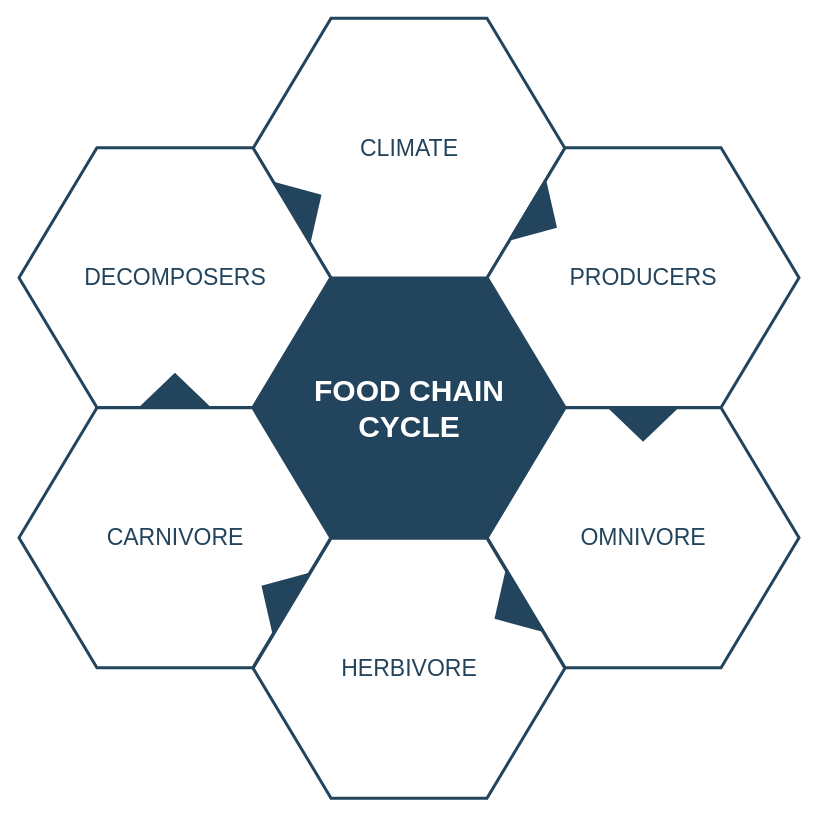
miaow27/miaow27 keeps this draw.io diagram as cobra.drawio. Above is the earlier version. Source tidied: cells renumbered, new cells numbered last; positions are measured from the earlier drawing's top-left corner, leaving out a move shared by most shapes. Both pictures are drawn from the tidied source at 100%, with x=0, y=0 at pixel (18, 18).
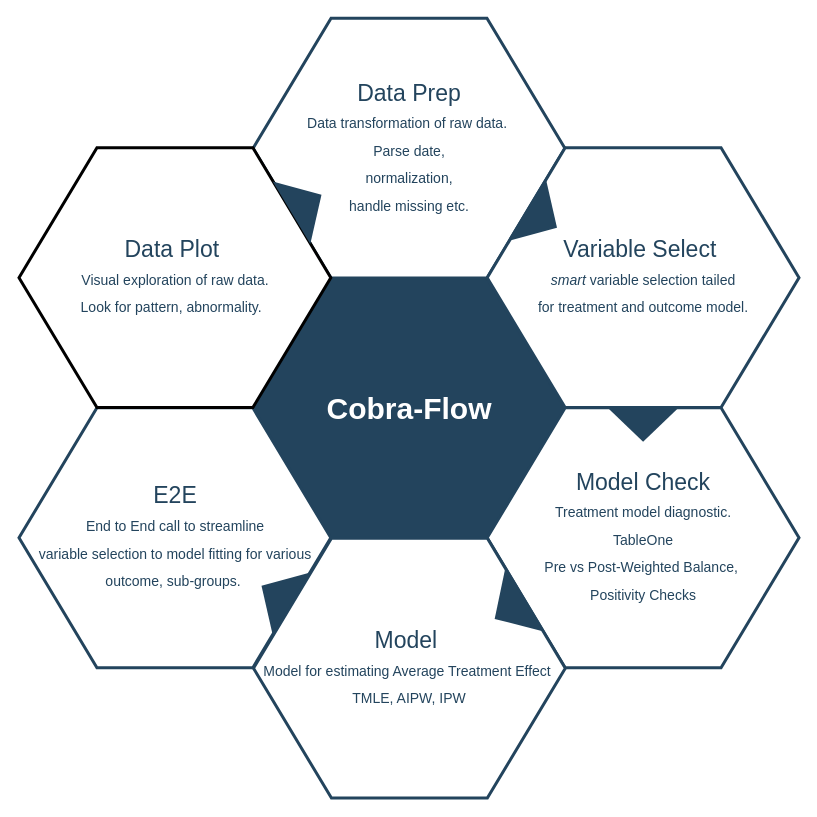
The same diagram, later.

Diff of the diagram source:
```diff
@@
 <mxGraphModel>
   <root>
     <mxCell id="0" />
     <mxCell id="1" parent="0" />
-    <mxCell id="2" value="&lt;font style=&quot;font-size: 30px&quot; color=&quot;#ffffff&quot;&gt;&lt;b&gt;&lt;span&gt;FOOD CHAIN&lt;/span&gt;&lt;br&gt;&lt;span&gt;CYCLE&lt;/span&gt;&lt;/b&gt;&lt;/font&gt;&lt;br&gt;" style="shape=hexagon;perimeter=hexagonPerimeter2;whiteSpace=wrap;html=1;shadow=0;labelBackgroundColor=none;strokeColor=#23445D;fillColor=#23445D;gradientColor=none;fontFamily=Helvetica;fontSize=23;fontColor=#23445d;align=center;strokeWidth=3;" parent="1" vertex="1">
+    <mxCell id="2" value="&lt;font color=&quot;#ffffff&quot;&gt;&lt;span style=&quot;font-size: 30px;&quot;&gt;&lt;b&gt;Cobra-Flow&lt;/b&gt;&lt;/span&gt;&lt;/font&gt;" style="shape=hexagon;perimeter=hexagonPerimeter2;whiteSpace=wrap;html=1;shadow=0;labelBackgroundColor=none;strokeColor=#23445D;fillColor=#23445D;gradientColor=none;fontFamily=Helvetica;fontSize=23;fontColor=#23445d;align=center;strokeWidth=3;" parent="1" vertex="1">
       <mxGeometry x="234.6" y="259.8" width="311.8" height="259.9" as="geometry" />
     </mxCell>
     <mxCell id="3" style="triangle;whiteSpace=wrap;html=1;shadow=0;labelBackgroundColor=none;strokeColor=none;fillColor=#FFFFFF;fontFamily=Helvetica;fontSize=17;fontColor=#23445d;align=center;rotation=90;gradientColor=none;flipV=1;flipH=1;opacity=20;" parent="1" vertex="1">
       <mxGeometry x="115.5" y="277.7" width="72" height="152" as="geometry" />
     </mxCell>
-    <mxCell id="4" value="&lt;font style=&quot;font-size: 23px&quot;&gt;CLIMATE&lt;/font&gt;" style="shape=hexagon;perimeter=hexagonPerimeter2;whiteSpace=wrap;html=1;shadow=0;labelBackgroundColor=none;strokeColor=#23445D;fillColor=#ffffff;gradientColor=none;fontFamily=Helvetica;fontSize=23;fontColor=#23445D;align=center;strokeWidth=3;" parent="1" vertex="1">
+    <mxCell id="4" value="Data Prep&lt;br&gt;&lt;font style=&quot;font-size: 14px;&quot;&gt;Data transformation of raw data.&amp;nbsp;&lt;br&gt;Parse date, &lt;br&gt;normalization, &lt;br&gt;handle missing etc.&lt;/font&gt;" style="shape=hexagon;perimeter=hexagonPerimeter2;whiteSpace=wrap;html=1;shadow=0;labelBackgroundColor=none;strokeColor=#23445D;fillColor=#ffffff;gradientColor=none;fontFamily=Helvetica;fontSize=23;fontColor=#23445D;align=center;strokeWidth=3;" parent="1" vertex="1">
       <mxGeometry x="234.6" y="-0.3" width="311.8" height="259.9" as="geometry" />
     </mxCell>
-    <mxCell id="5" value="&lt;font style=&quot;font-size: 23px&quot;&gt;PRODUCERS&lt;/font&gt;" style="shape=hexagon;perimeter=hexagonPerimeter2;whiteSpace=wrap;html=1;shadow=0;labelBackgroundColor=none;strokeColor=#23445D;fillColor=#FFFFFF;gradientColor=none;fontFamily=Helvetica;fontSize=23;fontColor=#23445d;align=center;strokeWidth=3;" parent="1" vertex="1">
+    <mxCell id="5" value="&lt;font style=&quot;&quot;&gt;Variable Select&amp;nbsp;&lt;br&gt;&lt;/font&gt;&lt;span style=&quot;font-size: 14px;&quot;&gt;&lt;i&gt;smart &lt;/i&gt;variable selection tailed &lt;br&gt;for treatment and outcome model.&lt;/span&gt;" style="shape=hexagon;perimeter=hexagonPerimeter2;whiteSpace=wrap;html=1;shadow=0;labelBackgroundColor=none;strokeColor=#23445D;fillColor=#FFFFFF;gradientColor=none;fontFamily=Helvetica;fontSize=23;fontColor=#23445d;align=center;strokeWidth=3;" parent="1" vertex="1">
       <mxGeometry x="468.7" y="129.2" width="311.8" height="259.9" as="geometry" />
     </mxCell>
-    <mxCell id="6" value="&lt;font style=&quot;font-size: 23px&quot;&gt;OMNIVORE&lt;/font&gt;" style="shape=hexagon;perimeter=hexagonPerimeter2;whiteSpace=wrap;html=1;shadow=0;labelBackgroundColor=none;strokeColor=#23445D;fillColor=#FFFFFF;gradientColor=none;fontFamily=Helvetica;fontSize=23;fontColor=#23445d;align=center;strokeWidth=3;" parent="1" vertex="1">
+    <mxCell id="6" value="Model Check&lt;br&gt;&lt;span style=&quot;font-size: 14px;&quot;&gt;Treatment model diagnostic.&lt;br&gt;TableOne&lt;br&gt;Pre vs Post-Weighted Balance,&amp;nbsp;&lt;br&gt;Positivity Checks&lt;br&gt;&lt;/span&gt;" style="shape=hexagon;perimeter=hexagonPerimeter2;whiteSpace=wrap;html=1;shadow=0;labelBackgroundColor=none;strokeColor=#23445D;fillColor=#FFFFFF;gradientColor=none;fontFamily=Helvetica;fontSize=23;fontColor=#23445d;align=center;strokeWidth=3;" parent="1" vertex="1">
       <mxGeometry x="468.7" y="389.3" width="311.8" height="259.9" as="geometry" />
     </mxCell>
-    <mxCell id="7" value="&lt;font style=&quot;font-size: 23px&quot;&gt;HERBIVORE&lt;/font&gt;" style="shape=hexagon;perimeter=hexagonPerimeter2;whiteSpace=wrap;html=1;shadow=0;labelBackgroundColor=none;strokeColor=#23445D;fillColor=#FFFFFF;gradientColor=none;fontFamily=Helvetica;fontSize=23;fontColor=#23445d;align=center;strokeWidth=3;" parent="1" vertex="1">
-      <mxGeometry x="234.6" y="519.8" width="311.8" height="259.9" as="geometry" />
-    </mxCell>
-    <mxCell id="8" value="&lt;font style=&quot;font-size: 23px&quot;&gt;CARNIVORE&lt;/font&gt;" style="shape=hexagon;perimeter=hexagonPerimeter2;whiteSpace=wrap;html=1;shadow=0;labelBackgroundColor=none;strokeColor=#23445D;fillColor=#FFFFFF;gradientColor=none;fontFamily=Helvetica;fontSize=23;fontColor=#23445d;align=center;strokeWidth=3;" parent="1" vertex="1">
+    <mxCell id="8" value="&lt;font style=&quot;&quot;&gt;E2E&lt;br&gt;&lt;span style=&quot;font-size: 14px;&quot;&gt;End to End call to streamline &lt;br&gt;variable selection to model fitting for various outcome, sub-groups.&amp;nbsp;&lt;/span&gt;&lt;br&gt;&lt;/font&gt;" style="shape=hexagon;perimeter=hexagonPerimeter2;whiteSpace=wrap;html=1;shadow=0;labelBackgroundColor=none;strokeColor=#23445D;fillColor=#FFFFFF;gradientColor=none;fontFamily=Helvetica;fontSize=23;fontColor=#23445d;align=center;strokeWidth=3;" parent="1" vertex="1">
       <mxGeometry x="0.5" y="389.3" width="311.8" height="259.9" as="geometry" />
     </mxCell>
-    <mxCell id="9" value="&lt;font style=&quot;font-size: 23px;&quot;&gt;DECOMPOSERS&lt;/font&gt;" style="shape=hexagon;perimeter=hexagonPerimeter2;whiteSpace=wrap;html=1;shadow=0;labelBackgroundColor=none;strokeColor=#23445D;fillColor=#ffffff;gradientColor=none;fontFamily=Helvetica;fontSize=23;fontColor=#23445D;align=center;strokeWidth=3;" parent="1" vertex="1">
+    <mxCell id="9" value="&lt;font style=&quot;&quot;&gt;&lt;font color=&quot;#23445d&quot;&gt;Data Plot&amp;nbsp;&lt;br&gt;&lt;font style=&quot;font-size: 14px;&quot;&gt;Visual exploration of raw data. &lt;br&gt;Look for pattern, abnormality.&amp;nbsp;&amp;nbsp;&lt;/font&gt;&lt;/font&gt;&lt;br&gt;&lt;/font&gt;" style="shape=hexagon;perimeter=hexagonPerimeter2;whiteSpace=wrap;html=1;shadow=0;labelBackgroundColor=none;fontFamily=Helvetica;fontSize=23;align=center;strokeWidth=3;" parent="1" vertex="1">
       <mxGeometry x="0.5" y="129.2" width="311.8" height="259.9" as="geometry" />
     </mxCell>
     <mxCell id="10" style="triangle;whiteSpace=wrap;html=1;shadow=0;labelBackgroundColor=none;strokeColor=none;fillColor=#23445D;fontFamily=Helvetica;fontSize=17;fontColor=#23445d;align=center;rotation=31;gradientColor=none;strokeWidth=3;" parent="1" vertex="1">
       <mxGeometry x="506" y="163.7" width="35" height="73" as="geometry" />
     </mxCell>
     <mxCell id="11" style="triangle;whiteSpace=wrap;html=1;shadow=0;labelBackgroundColor=none;strokeColor=none;fillColor=#23445D;fontFamily=Helvetica;fontSize=17;fontColor=#23445d;align=center;rotation=31;gradientColor=none;flipH=1;strokeWidth=3;" parent="1" vertex="1">
       <mxGeometry x="240.5" y="539.7" width="35" height="73" as="geometry" />
     </mxCell>
     <mxCell id="12" style="triangle;whiteSpace=wrap;html=1;shadow=0;labelBackgroundColor=none;strokeColor=none;fillColor=#23445D;fontFamily=Helvetica;fontSize=17;fontColor=#23445d;align=center;rotation=329;gradientColor=none;strokeWidth=3;" parent="1" vertex="1">
       <mxGeometry x="270.5" y="148.7" width="35" height="73" as="geometry" />
     </mxCell>
     <mxCell id="13" style="triangle;whiteSpace=wrap;html=1;shadow=0;labelBackgroundColor=none;strokeColor=none;fillColor=#23445D;fontFamily=Helvetica;fontSize=17;fontColor=#23445d;align=center;rotation=329;gradientColor=none;flipH=1;strokeWidth=3;" parent="1" vertex="1">
       <mxGeometry x="473.5" y="554.7" width="35" height="73" as="geometry" />
     </mxCell>
     <mxCell id="14" style="triangle;whiteSpace=wrap;html=1;shadow=0;labelBackgroundColor=none;strokeColor=none;fillColor=#23445D;fontFamily=Helvetica;fontSize=17;fontColor=#23445d;align=center;rotation=90;gradientColor=none;strokeWidth=3;" parent="1" vertex="1">
       <mxGeometry x="607.1" y="369.2" width="35" height="73" as="geometry" />
     </mxCell>
-    <mxCell id="15" style="triangle;whiteSpace=wrap;html=1;shadow=0;labelBackgroundColor=none;strokeColor=none;fillColor=#23445D;fontFamily=Helvetica;fontSize=17;fontColor=#23445d;align=center;rotation=90;gradientColor=none;flipH=1;strokeWidth=3;" parent="1" vertex="1">
-      <mxGeometry x="138.9" y="335.2" width="35" height="73" as="geometry" />
-    </mxCell>
+    <mxCell id="16" value="Model&amp;nbsp;&lt;br&gt;&lt;span style=&quot;font-size: 14px;&quot;&gt;Model for estimating Average Treatment Effect&amp;nbsp;&lt;br&gt;TMLE, AIPW, IPW&lt;br&gt;&lt;/span&gt;" style="shape=hexagon;perimeter=hexagonPerimeter2;whiteSpace=wrap;html=1;shadow=0;labelBackgroundColor=none;strokeColor=#23445D;fillColor=#FFFFFF;gradientColor=none;fontFamily=Helvetica;fontSize=23;fontColor=#23445d;align=center;strokeWidth=3;" parent="1" vertex="1">
+      <mxGeometry x="235" y="519.7" width="311.8" height="259.9" as="geometry" />
+    </mxCell>
+    <mxCell id="17" style="triangle;whiteSpace=wrap;html=1;shadow=0;labelBackgroundColor=none;strokeColor=none;fillColor=#23445D;fontFamily=Helvetica;fontSize=17;fontColor=#23445d;align=center;rotation=-212;gradientColor=none;strokeWidth=3;" parent="1" vertex="1">
+      <mxGeometry x="473.5" y="554.7" width="35" height="73" as="geometry" />
+    </mxCell>
   </root>
 </mxGraphModel>
```
